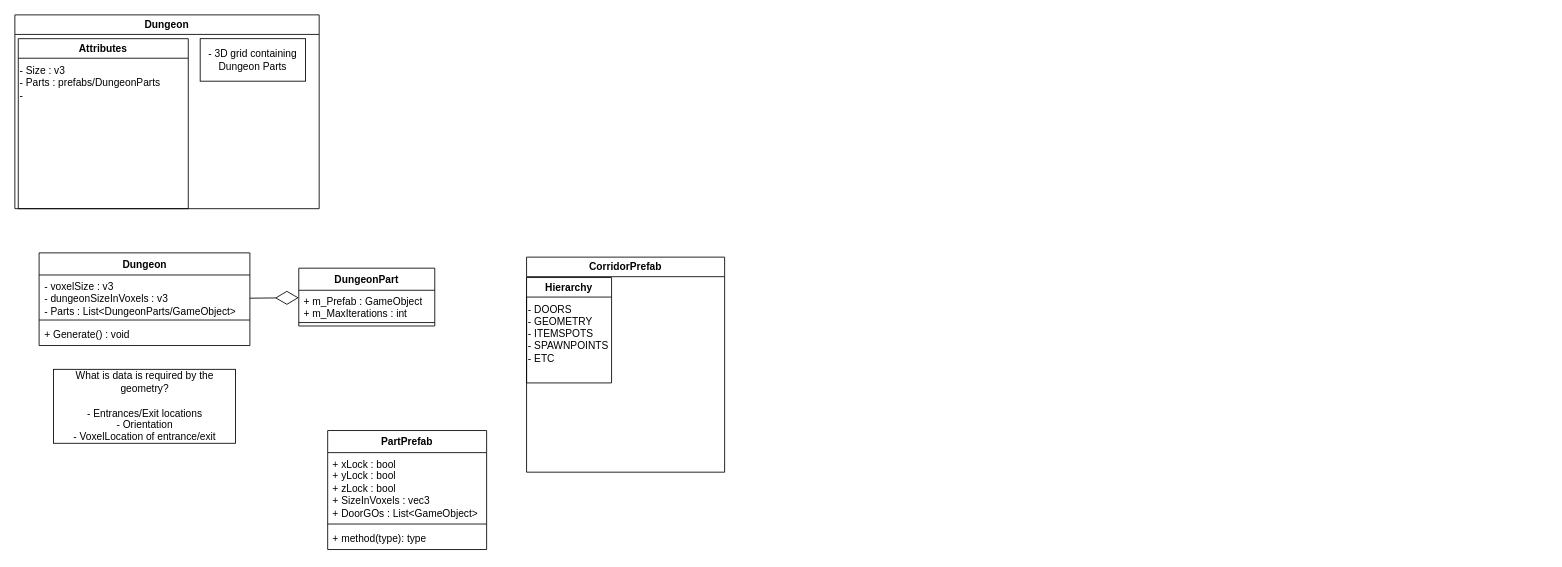
This is DungeonGenerator.drawio from RanakOFour/Unity3DDungeonGenerator, a draw.io file, before an edit. Source tidied: cells renumbered, new cells numbered last; positions are measured from the earlier drawing's top-left corner, leaving out a move shared by most shapes. Both pictures are drawn from the tidied source at 85%, with x=0, y=0 at pixel (14, 14).
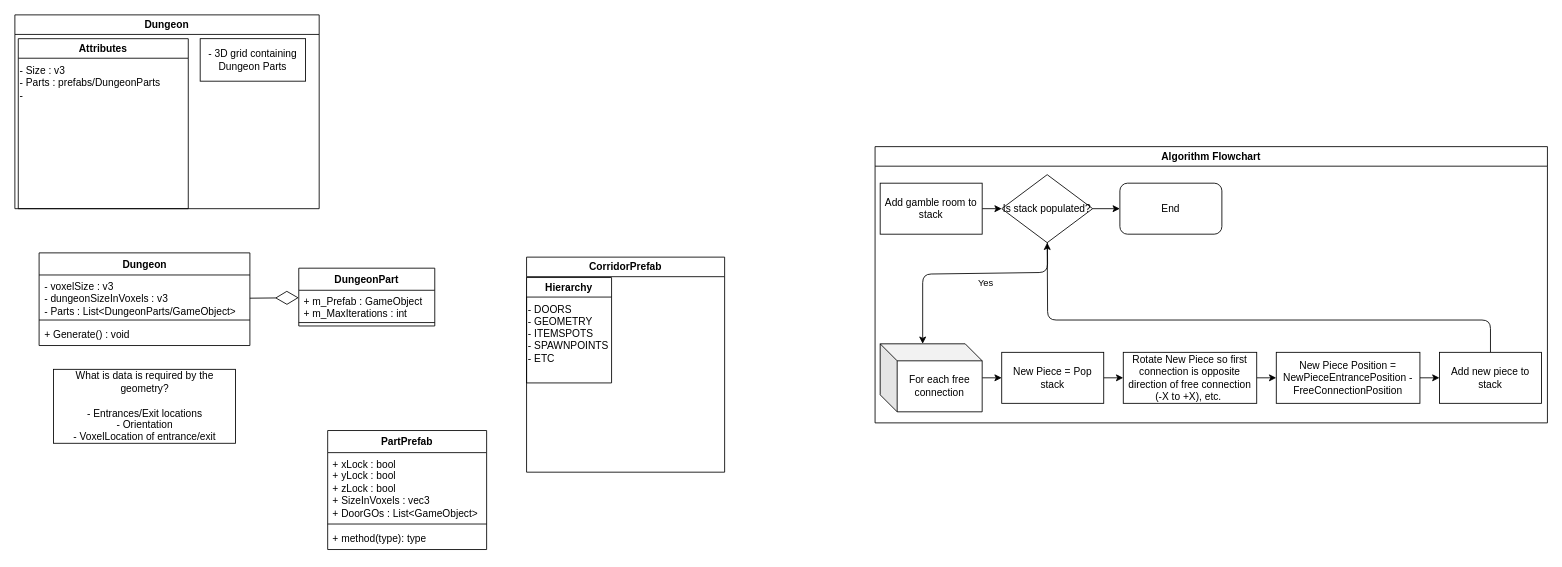
The same diagram, later.

Commit message:
Algorithm finished

What changed in the source:
```diff
@@
+    <mxCell id="22" value="Algorithm Flowchart" style="swimlane;whiteSpace=wrap;html=1;" parent="1" vertex="1">
+      <mxGeometry x="1012" y="155" width="791" height="325" as="geometry" />
+    </mxCell>
+    <mxCell id="23" style="edgeStyle=none;html=1;" parent="22" edge="1" source="24">
+      <mxGeometry relative="1" as="geometry">
+        <mxPoint x="149" y="73" as="targetPoint" />
+      </mxGeometry>
+    </mxCell>
+    <mxCell id="24" value="Add gamble room to stack" style="rounded=0;whiteSpace=wrap;html=1;" parent="22" vertex="1">
+      <mxGeometry x="6" y="43" width="120" height="60" as="geometry" />
+    </mxCell>
+    <mxCell id="25" style="edgeStyle=none;html=1;" parent="22" edge="1" source="26" target="37">
+      <mxGeometry relative="1" as="geometry" />
+    </mxCell>
+    <mxCell id="26" value="For each free connection" style="shape=cube;whiteSpace=wrap;html=1;boundedLbl=1;backgroundOutline=1;darkOpacity=0.05;darkOpacity2=0.1;" parent="22" vertex="1">
+      <mxGeometry x="6" y="232" width="120" height="80" as="geometry" />
+    </mxCell>
+    <mxCell id="27" style="edgeStyle=none;html=1;" parent="22" edge="1" source="28" target="30">
+      <mxGeometry relative="1" as="geometry" />
+    </mxCell>
+    <mxCell id="28" value="Rotate New Piece so first connection is opposite direction of free connection (-X to +X), etc.&amp;nbsp;" style="rounded=0;whiteSpace=wrap;html=1;" parent="22" vertex="1">
+      <mxGeometry x="292" y="242" width="157" height="60" as="geometry" />
+    </mxCell>
+    <mxCell id="29" style="edgeStyle=none;html=1;" parent="22" edge="1" source="30" target="32">
+      <mxGeometry relative="1" as="geometry" />
+    </mxCell>
+    <mxCell id="30" value="New Piece Position = NewPieceEntrancePosition - FreeConnectionPosition" style="rounded=0;whiteSpace=wrap;html=1;" parent="22" vertex="1">
+      <mxGeometry x="472" y="242" width="169" height="60" as="geometry" />
+    </mxCell>
+    <mxCell id="31" style="edgeStyle=none;html=1;entryX=0.5;entryY=1;entryDx=0;entryDy=0;" parent="22" edge="1" source="32" target="34">
+      <mxGeometry relative="1" as="geometry">
+        <Array as="points">
+          <mxPoint x="724" y="204" />
+          <mxPoint x="203" y="204" />
+        </Array>
+      </mxGeometry>
+    </mxCell>
+    <mxCell id="32" value="Add new piece to stack" style="rounded=0;whiteSpace=wrap;html=1;" parent="22" vertex="1">
+      <mxGeometry x="664" y="242" width="120" height="60" as="geometry" />
+    </mxCell>
+    <mxCell id="33" style="edgeStyle=none;html=1;" parent="22" edge="1" source="34" target="38">
+      <mxGeometry relative="1" as="geometry" />
+    </mxCell>
+    <mxCell id="34" value="Is stack populated?" style="rhombus;whiteSpace=wrap;html=1;" parent="22" vertex="1">
+      <mxGeometry x="149" y="33" width="107" height="80" as="geometry" />
+    </mxCell>
+    <mxCell id="35" value="Yes" style="edgeStyle=none;html=1;entryX=0;entryY=0;entryDx=50;entryDy=0;entryPerimeter=0;" parent="22" edge="1" source="34" target="26">
+      <mxGeometry x="-0.18" y="11" relative="1" as="geometry">
+        <Array as="points">
+          <mxPoint x="203" y="148" />
+          <mxPoint x="56" y="150" />
+        </Array>
+      </mxGeometry>
+    </mxCell>
+    <mxCell id="36" style="edgeStyle=none;html=1;entryX=0;entryY=0.5;entryDx=0;entryDy=0;" parent="22" edge="1" source="37" target="28">
+      <mxGeometry relative="1" as="geometry" />
+    </mxCell>
+    <mxCell id="37" value="New Piece = Pop stack" style="rounded=0;whiteSpace=wrap;html=1;" parent="22" vertex="1">
+      <mxGeometry x="149" y="242" width="120" height="60" as="geometry" />
+    </mxCell>
+    <mxCell id="38" value="End" style="rounded=1;whiteSpace=wrap;html=1;" parent="22" vertex="1">
+      <mxGeometry x="288" y="43" width="120" height="60" as="geometry" />
+    </mxCell>
```
